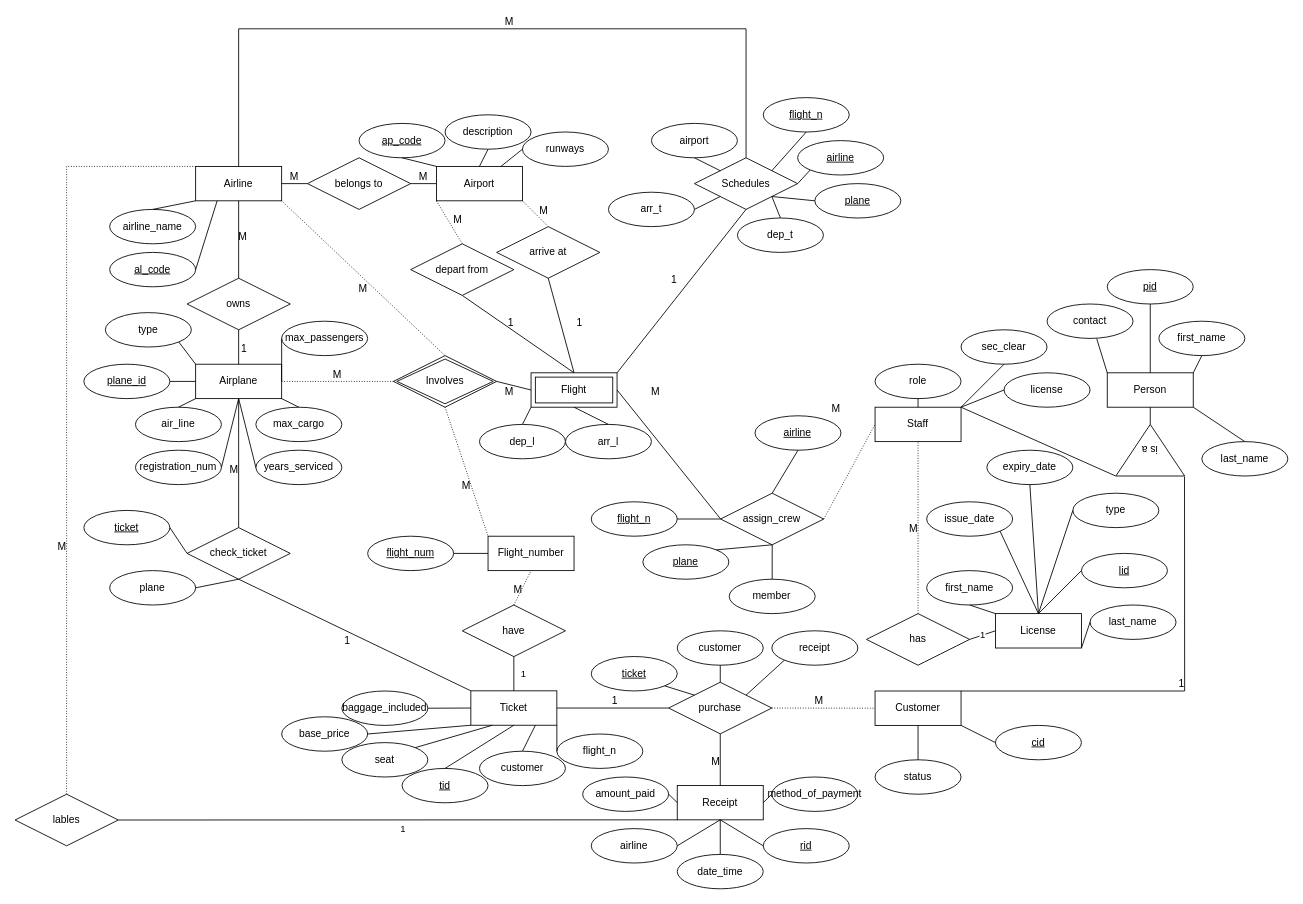
Before: Untitled Diagram.drawio in lushihui51/sb, a draw.io diagram. Source tidied: cells renumbered, new cells numbered last; positions are measured from the earlier drawing's top-left corner, leaving out a move shared by most shapes. Both pictures are drawn from the tidied source at 86%, with x=0, y=0 at pixel (15, 28).
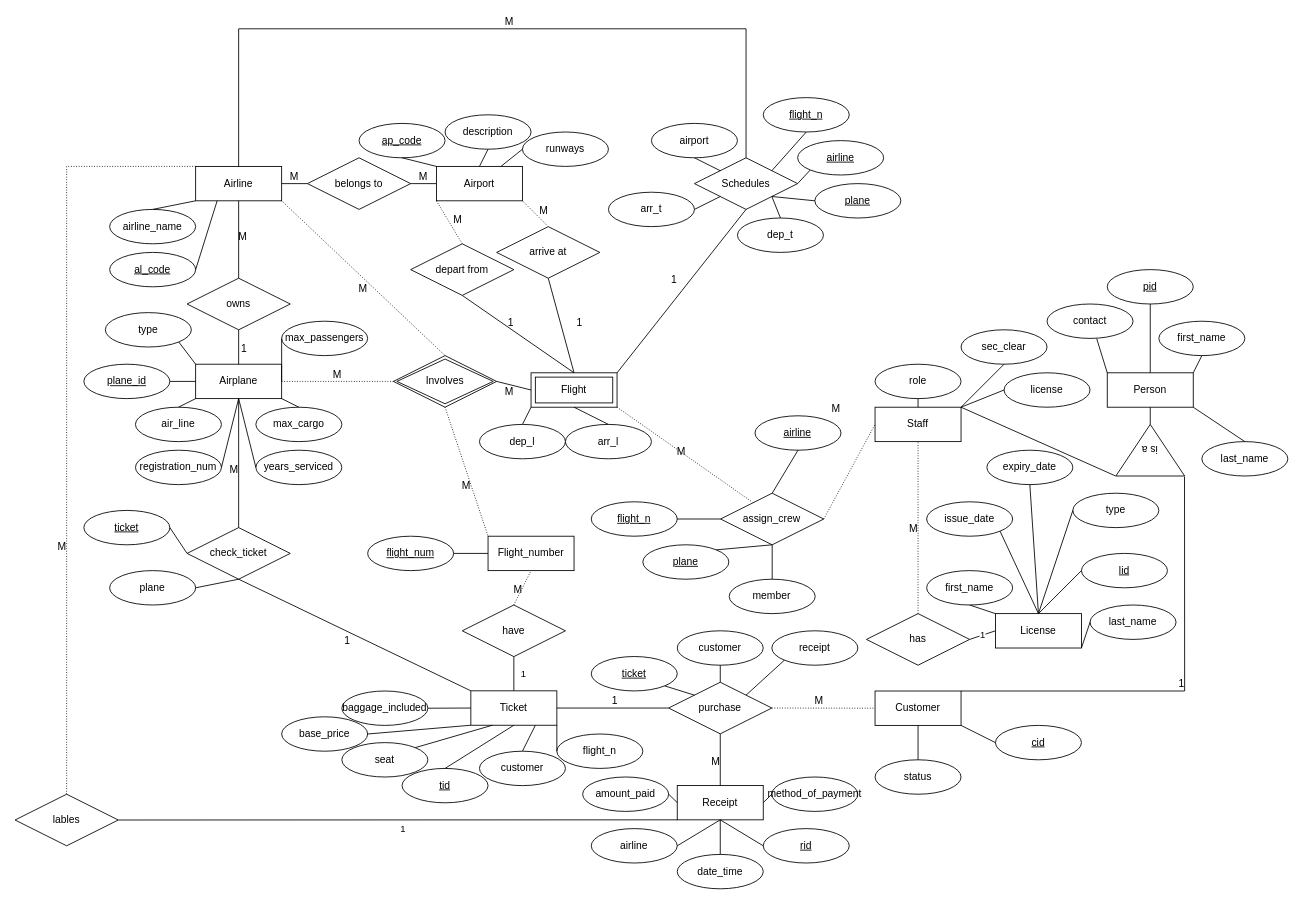
The same diagram, later.

Unchanged cells that the change refers to:
```xml
<mxCell id="126" value="Flight" style="shape=ext;margin=3;double=1;whiteSpace=wrap;html=1;align=center;" parent="1" vertex="1">
  <mxGeometry x="600" y="400" width="100" height="40" as="geometry" />
</mxCell>
<mxCell id="166" value="assign_crew" style="shape=rhombus;perimeter=rhombusPerimeter;whiteSpace=wrap;html=1;align=center;" parent="1" vertex="1">
  <mxGeometry x="820.4" y="540" width="120" height="60" as="geometry" />
</mxCell>
```

Diff of the diagram source:
```diff
@@
-    <mxCell id="167" style="endArrow=none;html=1;rounded=0;exitX=0;exitY=0.5;exitDx=0;exitDy=0;entryX=1;entryY=0.5;entryDx=0;entryDy=0;" parent="1" edge="1" source="166" target="126">
-      <mxGeometry relative="1" as="geometry" />
-    </mxCell>
-    <mxCell id="168" value="M" style="html=1;align=right;verticalAlign=bottom;" parent="167" vertex="1">
-      <mxGeometry x="1" relative="1" as="geometry">
-        <mxPoint x="50" y="10" as="offset" />
-      </mxGeometry>
-    </mxCell>
@@
+    <mxCell id="195" style="endArrow=none;html=1;rounded=0;dashed=1;dashPattern=1 2;exitX=1;exitY=1;exitDx=0;exitDy=0;entryX=0.309;entryY=0.175;entryDx=0;entryDy=0;entryPerimeter=0;" parent="1" edge="1" source="126" target="166">
+      <mxGeometry relative="1" as="geometry" />
+    </mxCell>
+    <mxCell id="168" value="M" style="html=1;align=right;verticalAlign=bottom;" parent="195" vertex="1">
+      <mxGeometry x="1" relative="1" as="geometry">
+        <mxPoint x="-77" y="-50" as="offset" />
+      </mxGeometry>
+    </mxCell>
```
